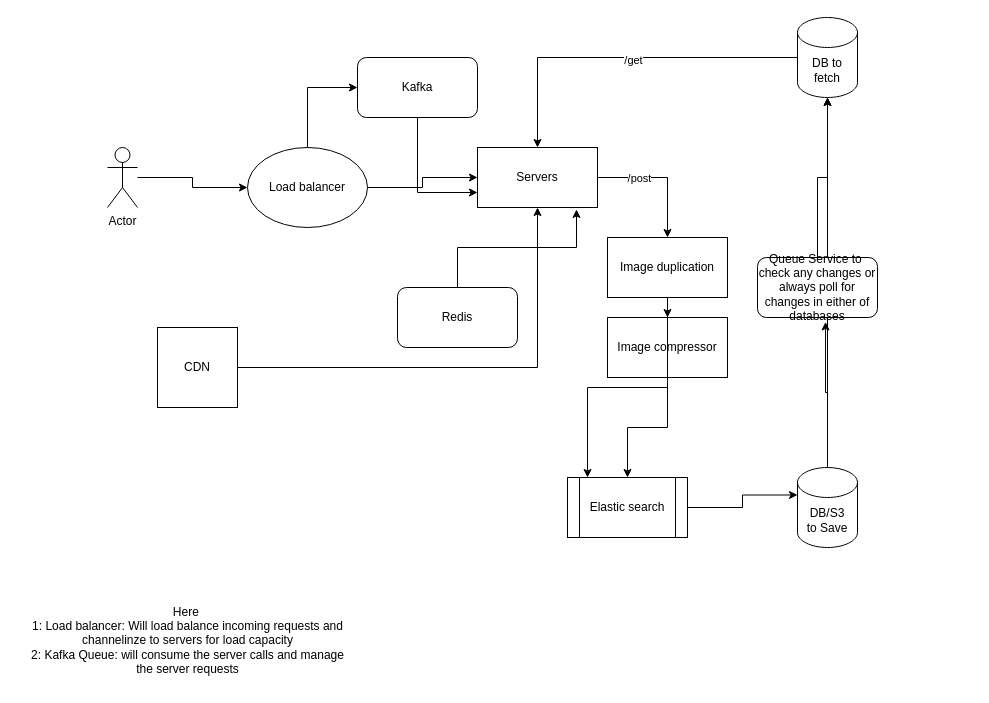
Earlier version of the draw.io diagram SystemDesign/Untitled Diagram.drawio (negimags/SystemDesign). Source tidied: cells renumbered, new cells numbered last; positions are measured from the earlier drawing's top-left corner, leaving out a move shared by most shapes. Both pictures are drawn from the tidied source at 100%, with x=0, y=0 at pixel (17, 17).
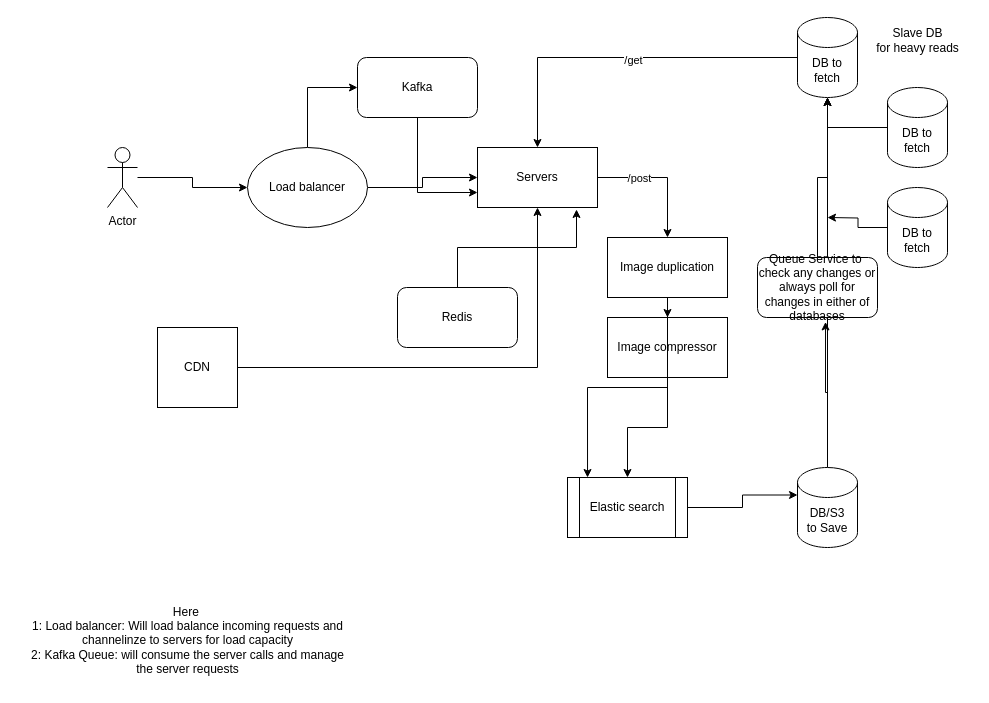
Above is the later version.

Unchanged cells that the change refers to:
```xml
<mxCell id="26" value="DB to fetch" style="shape=cylinder3;whiteSpace=wrap;html=1;boundedLbl=1;backgroundOutline=1;size=15;" parent="1" vertex="1">
  <mxGeometry x="780" width="60" height="80" as="geometry" />
</mxCell>
```

What changed in the source:
```diff
@@
+    <mxCell id="32" style="edgeStyle=orthogonalEdgeStyle;rounded=0;jettySize=auto;html=1;entryX=0.5;entryY=1;entryDx=0;entryDy=0;entryPerimeter=0;" parent="1" edge="1" source="33" target="26">
+      <mxGeometry relative="1" as="geometry" />
+    </mxCell>
+    <mxCell id="33" value="DB to fetch" style="shape=cylinder3;whiteSpace=wrap;html=1;boundedLbl=1;backgroundOutline=1;size=15;" parent="1" vertex="1">
+      <mxGeometry x="870" y="70" width="60" height="80" as="geometry" />
+    </mxCell>
+    <mxCell id="34" style="edgeStyle=orthogonalEdgeStyle;rounded=0;jettySize=auto;html=1;" parent="1" edge="1" source="35">
+      <mxGeometry relative="1" as="geometry">
+        <mxPoint x="810" y="200" as="targetPoint" />
+      </mxGeometry>
+    </mxCell>
+    <mxCell id="35" value="DB to fetch" style="shape=cylinder3;whiteSpace=wrap;html=1;boundedLbl=1;backgroundOutline=1;size=15;" parent="1" vertex="1">
+      <mxGeometry x="870" y="170" width="60" height="80" as="geometry" />
+    </mxCell>
+    <mxCell id="36" value="Slave DB&lt;br&gt;for heavy reads&lt;br&gt;" style="text;html=1;align=center;verticalAlign=middle;strokeColor=none;fillColor=none;" parent="1" vertex="1">
+      <mxGeometry x="845" y="3" width="110" height="40" as="geometry" />
+    </mxCell>
```
